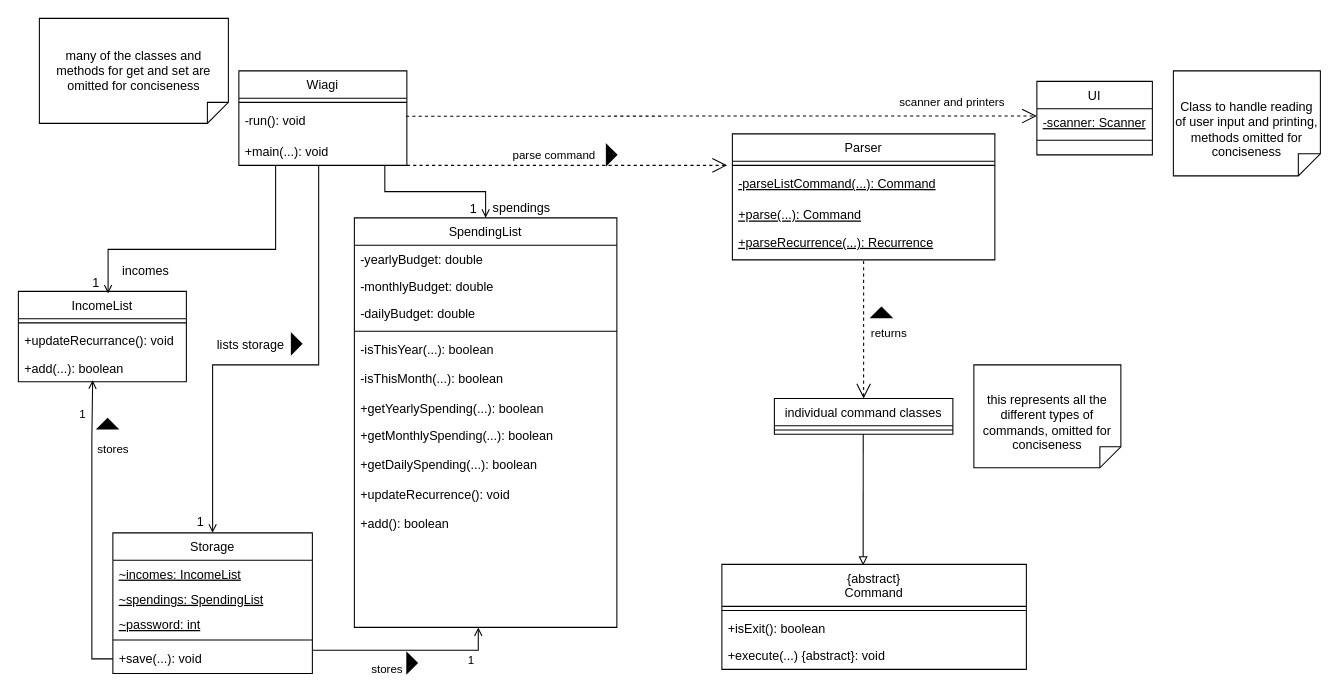
wongwh2002/CS2113TeamProject keeps this draw.io diagram as docs/Diagrams/Overall/overallClass.drawio. Above is the earlier version. Source tidied: cells renumbered, new cells numbered last; positions are measured from the earlier drawing's top-left corner, leaving out a move shared by most shapes. Both pictures are drawn from the tidied source at 105%, with x=0, y=0 at pixel (18, 18).
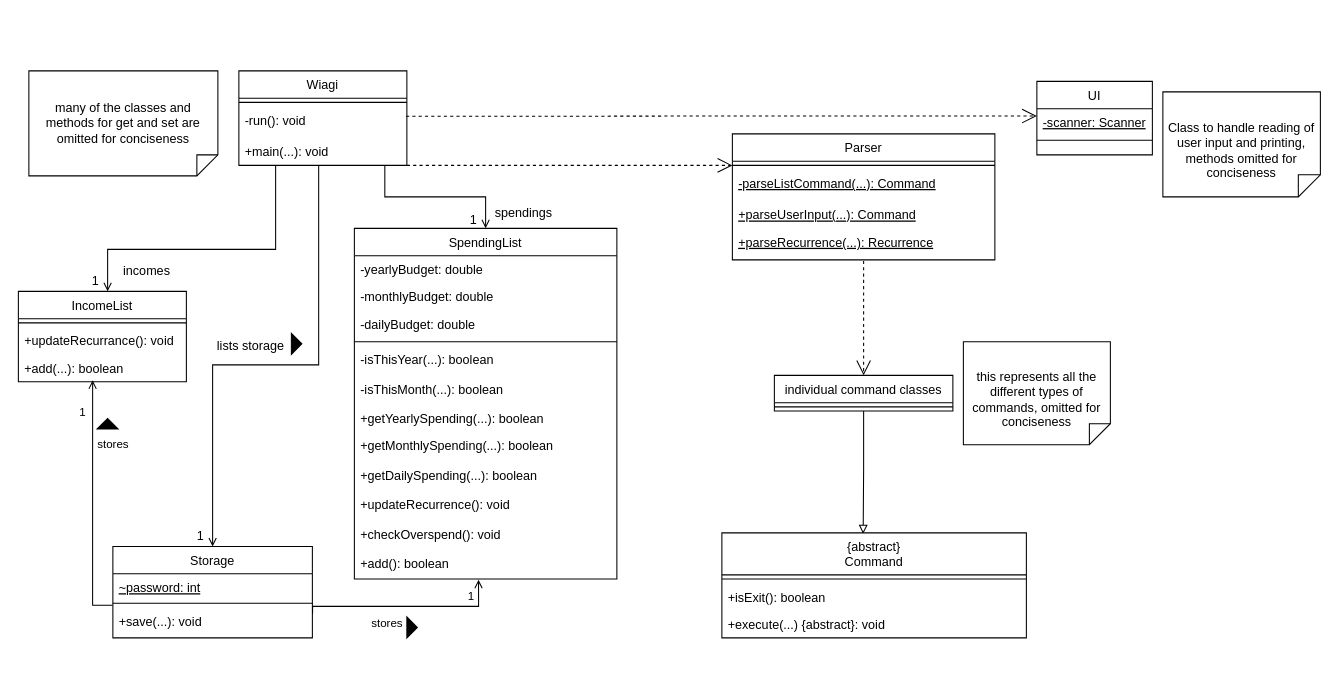
Above is the later version.

Unchanged cells that the change refers to:
```xml
<mxCell id="6" value="IncomeList" style="swimlane;fontStyle=0;align=center;verticalAlign=top;horizontal=1;startSize=26;rounded=0;shadow=0;strokeWidth=1;" parent="1" vertex="1">
  <mxGeometry y="260" width="160" height="86" as="geometry" />
</mxCell>
<mxCell id="9" value="+add(...): boolean" style="text;align=left;verticalAlign=top;spacingLeft=4;spacingRight=4;overflow=hidden;points=[[0,0.5],[1,0.5]];portConstraint=eastwest;" parent="6" vertex="1">
  <mxGeometry y="60" width="160" height="26" as="geometry" />
</mxCell>
<mxCell id="36" style="endArrow=open;shadow=0;strokeWidth=1;rounded=0;curved=0;endFill=1;edgeStyle=elbowEdgeStyle;elbow=vertical;entryX=0.5;entryY=0;entryDx=0;entryDy=0;" parent="1" edge="1" target="10">
  <mxGeometry x="0.5" y="41" relative="1" as="geometry">
    <mxPoint x="286" y="140" as="sourcePoint" />
    <Array as="points">
      <mxPoint x="280" y="330" />
    </Array>
    <mxPoint x="-40" y="32" as="offset" />
  </mxGeometry>
</mxCell>
<mxCell id="52" value="Parser" style="swimlane;fontStyle=0;align=center;verticalAlign=top;horizontal=1;startSize=26;rounded=0;shadow=0;strokeWidth=1;" parent="1" vertex="1">
  <mxGeometry x="680" y="110" width="250" height="120" as="geometry" />
</mxCell>
<mxCell id="53" style="line;html=1;strokeWidth=1;align=left;verticalAlign=middle;spacingTop=-1;spacingLeft=3;spacingRight=3;labelPosition=right;points=[];portConstraint=eastwest;" parent="52" vertex="1">
  <mxGeometry y="26" width="250" height="8" as="geometry" />
</mxCell>
```

Change to the diagram source:
```diff
@@
     <mxCell id="10" value="Storage" style="swimlane;fontStyle=0;align=center;verticalAlign=top;horizontal=1;startSize=26;rounded=0;shadow=0;strokeWidth=1;" parent="1" vertex="1">
-      <mxGeometry x="90" y="490" width="190" height="134" as="geometry" />
+      <mxGeometry x="90" y="503" width="190" height="87" as="geometry" />
     </mxCell>
-    <mxCell id="11" value="~incomes: IncomeList" style="text;align=left;verticalAlign=top;spacingLeft=4;spacingRight=4;overflow=hidden;fontStyle=4;" parent="10" vertex="1">
-      <mxGeometry y="26" width="190" height="24" as="geometry" />
-    </mxCell>
-    <mxCell id="12" value="~spendings: SpendingList" style="text;align=left;verticalAlign=top;spacingLeft=4;spacingRight=4;overflow=hidden;fontStyle=4;" parent="10" vertex="1">
-      <mxGeometry y="50" width="190" height="24" as="geometry" />
-    </mxCell>
     <mxCell id="13" value="~password: int" style="text;align=left;verticalAlign=top;spacingLeft=4;spacingRight=4;overflow=hidden;fontStyle=4;" parent="10" vertex="1">
-      <mxGeometry y="74" width="190" height="24" as="geometry" />
+      <mxGeometry y="26" width="190" height="24" as="geometry" />
     </mxCell>
     <mxCell id="14" style="line;html=1;strokeWidth=1;align=left;verticalAlign=middle;spacingTop=-1;spacingLeft=3;spacingRight=3;labelPosition=right;" parent="10" vertex="1">
-      <mxGeometry y="98" width="190" height="8" as="geometry" />
+      <mxGeometry y="50" width="190" height="8" as="geometry" />
     </mxCell>
     <mxCell id="15" value="+save(...): void" style="text;align=left;verticalAlign=top;spacingLeft=4;spacingRight=4;overflow=hidden;points=[[0,0.5],[1,0.5]];portConstraint=eastwest;" parent="10" vertex="1">
-      <mxGeometry y="106" width="190" height="28" as="geometry" />
+      <mxGeometry y="58" width="190" height="28" as="geometry" />
     </mxCell>
     <mxCell id="16" value="SpendingList" style="swimlane;fontStyle=0;align=center;verticalAlign=top;horizontal=1;startSize=26;rounded=0;shadow=0;strokeWidth=1;" parent="1" vertex="1">
-      <mxGeometry x="320" y="190" width="250" height="390" as="geometry" />
+      <mxGeometry x="320" y="200" width="250" height="334" as="geometry" />
     </mxCell>
@@
+    <mxCell id="74" value="+checkOverspend(): void" style="text;align=left;verticalAlign=top;spacingLeft=4;spacingRight=4;overflow=hidden;" parent="16" vertex="1">
+      <mxGeometry y="278" width="250" height="28" as="geometry" />
+    </mxCell>
     <mxCell id="27" value="+add(): boolean&#10;" style="text;align=left;verticalAlign=top;spacingLeft=4;spacingRight=4;overflow=hidden;points=[[0,0.5],[1,0.5]];portConstraint=eastwest;" parent="16" vertex="1">
-      <mxGeometry y="278" width="250" height="28" as="geometry" />
+      <mxGeometry y="306" width="250" height="28" as="geometry" />
     </mxCell>
@@
-    <mxCell id="32" style="endArrow=open;shadow=0;strokeWidth=1;rounded=0;curved=0;endFill=1;edgeStyle=elbowEdgeStyle;elbow=vertical;entryX=0.534;entryY=0.023;entryDx=0;entryDy=0;entryPerimeter=0;" parent="1" edge="1" target="6">
+    <mxCell id="32" style="endArrow=open;shadow=0;strokeWidth=1;rounded=0;curved=0;endFill=1;edgeStyle=elbowEdgeStyle;elbow=vertical;" parent="1" edge="1">
       <mxGeometry x="0.5" y="41" relative="1" as="geometry">
         <mxPoint x="245" y="140" as="sourcePoint" />
+        <mxPoint x="85" y="260" as="targetPoint" />
         <Array as="points">
           <mxPoint x="160" y="220" />
         </Array>
         <mxPoint x="-40" y="32" as="offset" />
       </mxGeometry>
     </mxCell>
@@
     <mxCell id="39" value="lists storage" style="text;html=1;align=center;verticalAlign=middle;labelBackgroundColor=none;rounded=0;shadow=0;strokeWidth=1;fontSize=12;" parent="36" vertex="1">
       <mxGeometry x="0.5" y="49" relative="1" as="geometry">
-        <mxPoint x="-14" y="-67" as="offset" />
+        <mxPoint x="-14" y="-76" as="offset" />
       </mxGeometry>
     </mxCell>
-    <mxCell id="40" style="edgeStyle=orthogonalEdgeStyle;rounded=0;jettySize=auto;html=1;endArrow=open;endFill=0;entryX=0.442;entryY=0.952;entryDx=0;entryDy=0;entryPerimeter=0;exitX=0;exitY=0.5;exitDx=0;exitDy=0;" parent="1" edge="1" source="15" target="9">
+    <mxCell id="40" style="edgeStyle=orthogonalEdgeStyle;rounded=0;jettySize=auto;html=1;endArrow=open;endFill=0;entryX=0.442;entryY=0.952;entryDx=0;entryDy=0;entryPerimeter=0;exitX=-0.001;exitY=-0.071;exitDx=0;exitDy=0;exitPerimeter=0;" parent="1" edge="1" source="15" target="9">
       <mxGeometry relative="1" as="geometry">
         <Array as="points">
-          <mxPoint x="70" y="610" />
-          <mxPoint x="70" y="400" />
-          <mxPoint x="71" y="400" />
+          <mxPoint x="71" y="559" />
         </Array>
       </mxGeometry>
     </mxCell>
@@
-    <mxCell id="45" style="edgeStyle=orthogonalEdgeStyle;rounded=0;jettySize=auto;html=1;endArrow=open;endFill=0;exitX=1.001;exitY=0.206;exitDx=0;exitDy=0;exitPerimeter=0;" parent="1" edge="1" source="15">
+    <mxCell id="45" style="edgeStyle=orthogonalEdgeStyle;rounded=0;jettySize=auto;html=1;endArrow=open;endFill=0;exitX=1.001;exitY=0.206;exitDx=0;exitDy=0;exitPerimeter=0;entryX=0.473;entryY=1.022;entryDx=0;entryDy=0;entryPerimeter=0;" parent="1" edge="1" source="15" target="27">
       <mxGeometry relative="1" as="geometry">
-        <mxPoint x="438" y="580" as="targetPoint" />
         <Array as="points">
-          <mxPoint x="438" y="602" />
+          <mxPoint x="280" y="560" />
+          <mxPoint x="438" y="560" />
         </Array>
       </mxGeometry>
     </mxCell>
@@
     <mxCell id="47" value="1" style="edgeLabel;html=1;align=center;verticalAlign=middle;" parent="45" vertex="1">
       <mxGeometry x="0.82" y="2" relative="1" as="geometry">
-        <mxPoint x="-6" y="14" as="offset" />
+        <mxPoint x="-6" y="-2" as="offset" />
       </mxGeometry>
     </mxCell>
@@
-    <mxCell id="51" value="scanner and printers" style="endArrow=open;endSize=12;dashed=1;html=1;rounded=0;exitX=0.995;exitY=0.359;exitDx=0;exitDy=0;exitPerimeter=0;entryX=0;entryY=0.5;entryDx=0;entryDy=0;" parent="1" edge="1">
+    <mxCell id="51" style="endArrow=open;endSize=12;dashed=1;html=1;rounded=0;exitX=0.995;exitY=0.359;exitDx=0;exitDy=0;exitPerimeter=0;entryX=0;entryY=0.5;entryDx=0;entryDy=0;" parent="1" edge="1">
       <mxGeometry x="0.73" y="13" relative="1" as="geometry">
         <mxPoint x="369.2" y="93.3" as="sourcePoint" />
         <mxPoint x="970" y="93" as="targetPoint" />
         <Array as="points">
           <mxPoint x="690" y="93" />
         </Array>
       </mxGeometry>
     </mxCell>
@@
-    <mxCell id="55" value="+parse(...): Command" style="text;align=left;verticalAlign=top;spacingLeft=4;spacingRight=4;overflow=hidden;fontStyle=4;" parent="52" vertex="1">
+    <mxCell id="55" value="+parseUserInput(...): Command" style="text;align=left;verticalAlign=top;spacingLeft=4;spacingRight=4;overflow=hidden;fontStyle=4;" parent="52" vertex="1">
       <mxGeometry y="64" width="250" height="26" as="geometry" />
     </mxCell>
@@
-    <mxCell id="57" value="parse command" style="endArrow=open;endSize=12;dashed=1;html=1;rounded=0;" parent="1" edge="1">
+    <mxCell id="57" style="endArrow=open;endSize=12;dashed=1;html=1;rounded=0;" parent="1" edge="1" target="53">
       <mxGeometry x="-0.08" y="10" relative="1" as="geometry">
         <mxPoint x="370" y="140" as="sourcePoint" />
-        <mxPoint x="675" y="140" as="targetPoint" />
         <Array as="points">
           <mxPoint x="590" y="140" />
         </Array>
       </mxGeometry>
     </mxCell>
     <mxCell id="58" style="edgeStyle=orthogonalEdgeStyle;rounded=0;jettySize=auto;html=1;exitX=0.5;exitY=1;exitDx=0;exitDy=0;endArrow=block;endFill=0;entryX=0.464;entryY=0.009;entryDx=0;entryDy=0;entryPerimeter=0;" parent="1" edge="1" source="63" target="59">
       <mxGeometry relative="1" as="geometry">
         <Array as="points">
-          <mxPoint x="805" y="521" />
+          <mxPoint x="805" y="430" />
+          <mxPoint x="805" y="430" />
         </Array>
       </mxGeometry>
     </mxCell>
     <mxCell id="59" value="&lt;span style=&quot;font-weight: 400;&quot;&gt;{abstract}&lt;br&gt;Command&lt;/span&gt;" style="swimlane;fontStyle=1;align=center;verticalAlign=top;horizontal=1;startSize=40;whiteSpace=wrap;html=1;" parent="1" vertex="1">
-      <mxGeometry x="670" y="520" width="290" height="100" as="geometry" />
+      <mxGeometry x="670" y="490" width="290" height="100" as="geometry" />
     </mxCell>
@@
     <mxCell id="63" value="&lt;span style=&quot;font-weight: normal;&quot;&gt;individual command classes&lt;/span&gt;" style="swimlane;fontStyle=1;align=center;verticalAlign=top;horizontal=1;startSize=26;whiteSpace=wrap;html=1;" parent="1" vertex="1">
-      <mxGeometry x="720" y="362" width="170" height="34" as="geometry" />
+      <mxGeometry x="720" y="340" width="170" height="34" as="geometry" />
     </mxCell>
@@
-    <mxCell id="65" value="returns" style="endArrow=open;endSize=12;dashed=1;html=1;rounded=0;entryX=0.5;entryY=0;entryDx=0;entryDy=0;" parent="1" edge="1" target="63">
-      <mxGeometry x="0.06" y="24" relative="1" as="geometry">
+    <mxCell id="65" style="endArrow=open;endSize=12;dashed=1;html=1;rounded=0;entryX=0.5;entryY=0;entryDx=0;entryDy=0;" parent="1" edge="1" target="63">
+      <mxGeometry x="0.05" y="25" relative="1" as="geometry">
         <mxPoint x="805" y="231" as="sourcePoint" />
       </mxGeometry>
     </mxCell>
     <mxCell id="66" value="many of the classes and methods for get and set are omitted for conciseness" style="shape=note;size=20;whiteSpace=wrap;html=1;flipV=1;" parent="1" vertex="1">
-      <mxGeometry x="20" width="180" height="100" as="geometry" />
+      <mxGeometry x="10" y="50" width="180" height="100" as="geometry" />
     </mxCell>
     <mxCell id="67" value="Class to handle reading of user input and printing, methods omitted for conciseness" style="shape=note2;boundedLbl=1;whiteSpace=wrap;html=1;size=21;verticalAlign=top;align=center;flipV=1;" parent="1" vertex="1">
-      <mxGeometry x="1100" y="50" width="140" height="100" as="geometry" />
+      <mxGeometry x="1090" y="70" width="150" height="100" as="geometry" />
     </mxCell>
     <mxCell id="68" value="this represents all the different types of commands, omitted for conciseness" style="shape=note2;boundedLbl=1;whiteSpace=wrap;html=1;size=20;verticalAlign=top;align=center;flipV=1;" parent="1" vertex="1">
-      <mxGeometry x="910" y="330" width="140" height="98" as="geometry" />
+      <mxGeometry x="900" y="308" width="140" height="98" as="geometry" />
     </mxCell>
-    <mxCell id="69" style="triangle;whiteSpace=wrap;html=1;fillColor=#000000;rotation=-90;" parent="1" vertex="1">
-      <mxGeometry x="817" y="270" width="10" height="20" as="geometry" />
-    </mxCell>
-    <mxCell id="70" style="triangle;whiteSpace=wrap;html=1;fillColor=#000000;rotation=0;" parent="1" vertex="1">
-      <mxGeometry x="560" y="120" width="10" height="20" as="geometry" />
-    </mxCell>
@@
     <mxCell id="72" style="triangle;whiteSpace=wrap;html=1;fillColor=#000000;rotation=0;" parent="1" vertex="1">
-      <mxGeometry x="370" y="604" width="10" height="20" as="geometry" />
+      <mxGeometry x="370" y="570" width="10" height="20" as="geometry" />
     </mxCell>
```
